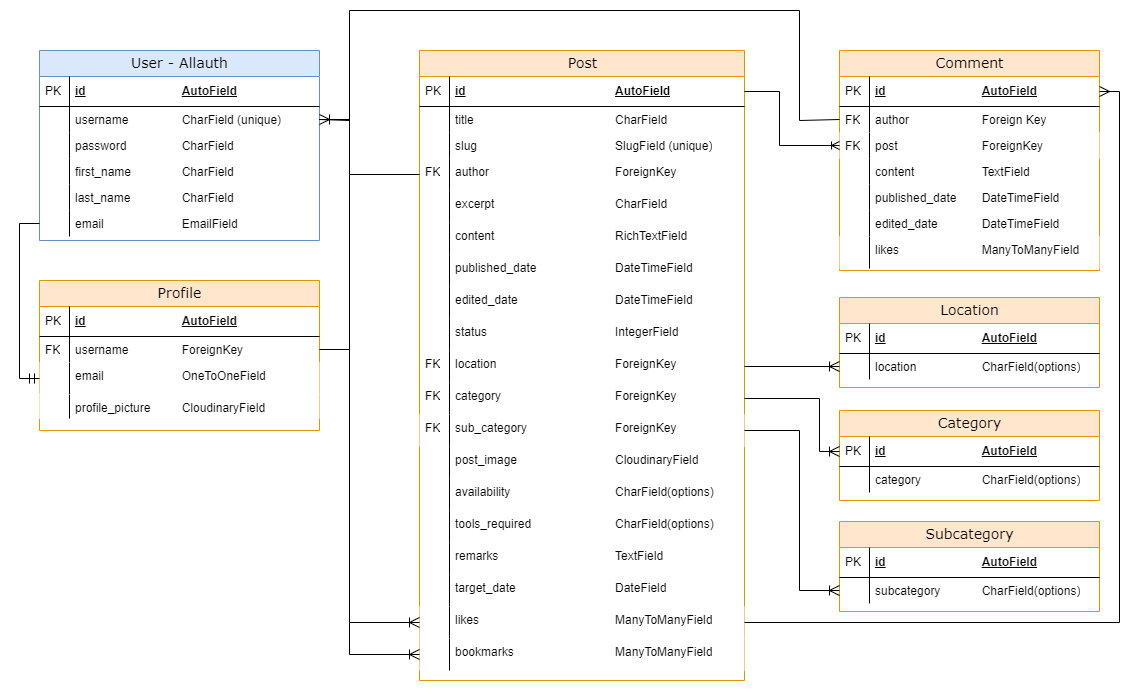
g-omarsdottir/helping-hands-happy-hearts keeps this draw.io diagram as documentation/erd.png. Above is the earlier version. Source tidied: cells renumbered, new cells last; positions are measured from the earlier drawing's top-left corner, leaving out a move shared by most shapes.
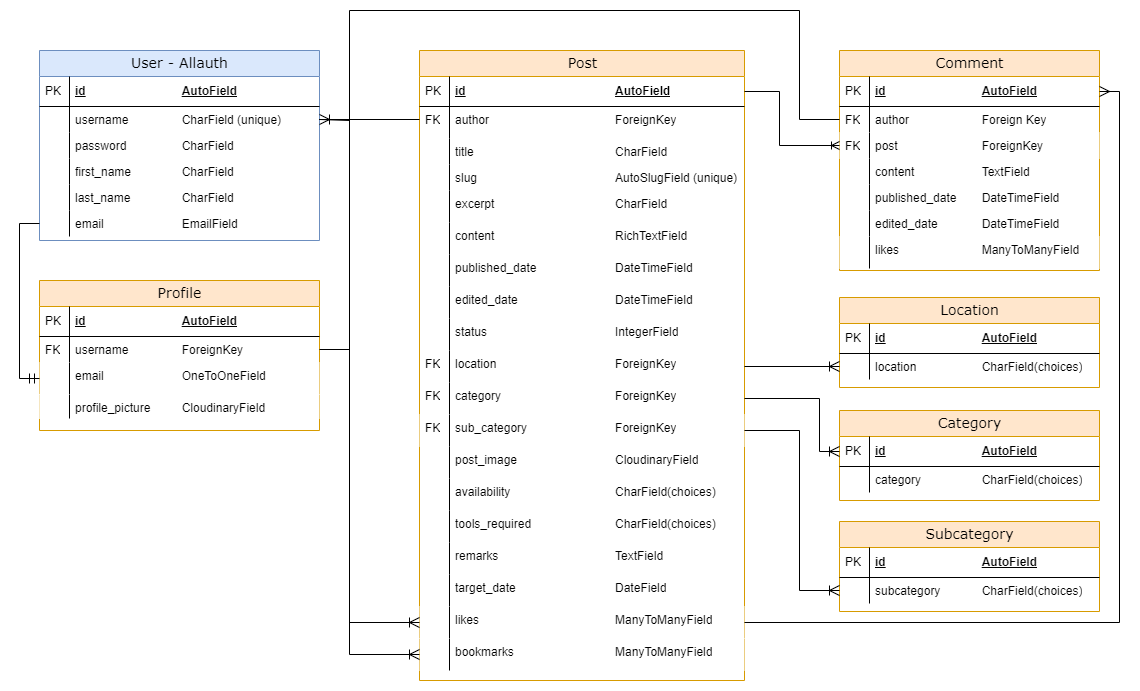
Above is the later version.

Commit message:
Add to credits in README, update ERD

The edit, as a diff of the source:
```diff
@@ -11,24 +11,24 @@
     <mxCell id="4" value="PK" style="shape=partialRectangle;top=0;left=0;bottom=0;html=1;fillColor=none;align=left;verticalAlign=middle;spacingLeft=4;spacingRight=4;whiteSpace=wrap;overflow=hidden;" parent="3" vertex="1">
       <mxGeometry width="30" height="30" as="geometry" />
     </mxCell>
+    <mxCell id="9" value="author&amp;nbsp;&lt;span style=&quot;white-space: pre;&quot;&gt;&#9;&lt;/span&gt;&lt;span style=&quot;white-space: pre;&quot;&gt;&#9;&lt;/span&gt;&lt;span style=&quot;white-space: pre;&quot;&gt;&#9;&lt;/span&gt;&lt;span style=&quot;white-space: pre;&quot;&gt;&#9;&lt;span style=&quot;white-space: pre;&quot;&gt;&#9;&lt;/span&gt;&lt;/span&gt;ForeignKey" style="shape=partialRectangle;top=0;left=0;right=0;bottom=0;html=1;align=left;verticalAlign=top;fillColor=none;spacingLeft=34;spacingRight=4;whiteSpace=wrap;overflow=hidden;points=[[0,0.5],[1,0.5]];portConstraint=eastwest;" parent="2" vertex="1">
+      <mxGeometry y="56" width="325" height="32" as="geometry" />
+    </mxCell>
+    <mxCell id="10" value="FK" style="shape=partialRectangle;top=0;left=0;bottom=0;html=1;fillColor=none;align=left;verticalAlign=top;spacingLeft=4;spacingRight=4;whiteSpace=wrap;overflow=hidden;" parent="9" vertex="1">
+      <mxGeometry width="30" height="32" as="geometry" />
+    </mxCell>
     <mxCell id="5" value="title&amp;nbsp; &lt;span style=&quot;white-space: pre;&quot;&gt;&#9;&lt;/span&gt;&lt;span style=&quot;white-space: pre;&quot;&gt;&#9;&lt;/span&gt;&lt;span style=&quot;white-space: pre;&quot;&gt;&#9;&lt;/span&gt;&lt;span style=&quot;white-space: pre;&quot;&gt;&#9;&lt;/span&gt;&lt;span style=&quot;white-space: pre;&quot;&gt;&#9;&lt;/span&gt;CharField" style="shape=partialRectangle;top=0;left=0;right=0;bottom=0;html=1;align=left;verticalAlign=top;fillColor=none;spacingLeft=34;spacingRight=4;whiteSpace=wrap;overflow=hidden;" parent="2" vertex="1">
-      <mxGeometry y="56" width="325" height="26" as="geometry" />
+      <mxGeometry y="88" width="325" height="26" as="geometry" />
     </mxCell>
     <mxCell id="6" style="shape=partialRectangle;top=0;left=0;bottom=0;html=1;fillColor=none;align=left;verticalAlign=top;spacingLeft=4;spacingRight=4;whiteSpace=wrap;overflow=hidden;" parent="5" vertex="1">
       <mxGeometry width="30" height="26" as="geometry" />
     </mxCell>
-    <mxCell id="7" value="slug&amp;nbsp;&lt;span style=&quot;white-space: pre;&quot;&gt;&#9;&lt;/span&gt;&lt;span style=&quot;white-space: pre;&quot;&gt;&#9;&lt;/span&gt;&lt;span style=&quot;white-space: pre;&quot;&gt;&#9;&lt;/span&gt;&lt;span style=&quot;white-space: pre;&quot;&gt;&#9;&lt;/span&gt;&lt;span style=&quot;white-space: pre;&quot;&gt;&#9;&lt;/span&gt;SlugField (unique)" style="shape=partialRectangle;top=0;left=0;right=0;bottom=0;html=1;align=left;verticalAlign=top;fillColor=none;spacingLeft=34;spacingRight=4;whiteSpace=wrap;overflow=hidden;" parent="2" vertex="1">
-      <mxGeometry y="82" width="325" height="26" as="geometry" />
+    <mxCell id="7" value="slug&amp;nbsp;&lt;span style=&quot;white-space: pre;&quot;&gt;&#9;&lt;/span&gt;&lt;span style=&quot;white-space: pre;&quot;&gt;&#9;&lt;/span&gt;&lt;span style=&quot;white-space: pre;&quot;&gt;&#9;&lt;/span&gt;&lt;span style=&quot;white-space: pre;&quot;&gt;&#9;&lt;/span&gt;&lt;span style=&quot;white-space: pre;&quot;&gt;&#9;&lt;/span&gt;AutoSlugField (unique)" style="shape=partialRectangle;top=0;left=0;right=0;bottom=0;html=1;align=left;verticalAlign=top;fillColor=none;spacingLeft=34;spacingRight=4;whiteSpace=wrap;overflow=hidden;" parent="2" vertex="1">
+      <mxGeometry y="114" width="325" height="26" as="geometry" />
     </mxCell>
     <mxCell id="8" style="shape=partialRectangle;top=0;left=0;bottom=0;html=1;fillColor=none;align=left;verticalAlign=top;spacingLeft=4;spacingRight=4;whiteSpace=wrap;overflow=hidden;" parent="7" vertex="1">
       <mxGeometry width="30" height="26" as="geometry" />
     </mxCell>
-    <mxCell id="9" value="author&amp;nbsp;&lt;span style=&quot;white-space: pre;&quot;&gt;&#9;&lt;/span&gt;&lt;span style=&quot;white-space: pre;&quot;&gt;&#9;&lt;/span&gt;&lt;span style=&quot;white-space: pre;&quot;&gt;&#9;&lt;/span&gt;&lt;span style=&quot;white-space: pre;&quot;&gt;&#9;&lt;span style=&quot;white-space: pre;&quot;&gt;&#9;&lt;/span&gt;&lt;/span&gt;ForeignKey" style="shape=partialRectangle;top=0;left=0;right=0;bottom=0;html=1;align=left;verticalAlign=top;fillColor=none;spacingLeft=34;spacingRight=4;whiteSpace=wrap;overflow=hidden;points=[[0,0.5],[1,0.5]];portConstraint=eastwest;" parent="2" vertex="1">
-      <mxGeometry y="108" width="325" height="32" as="geometry" />
-    </mxCell>
-    <mxCell id="10" value="FK" style="shape=partialRectangle;top=0;left=0;bottom=0;html=1;fillColor=none;align=left;verticalAlign=top;spacingLeft=4;spacingRight=4;whiteSpace=wrap;overflow=hidden;" parent="9" vertex="1">
-      <mxGeometry width="30" height="32" as="geometry" />
-    </mxCell>
     <mxCell id="11" value="excerpt&lt;span style=&quot;white-space: pre;&quot;&gt;&#9;&lt;/span&gt;&lt;span style=&quot;white-space: pre;&quot;&gt;&#9;&lt;/span&gt;&lt;span style=&quot;white-space: pre;&quot;&gt;&#9;&lt;/span&gt;&lt;span style=&quot;white-space: pre;&quot;&gt;&#9;&lt;/span&gt;&lt;span style=&quot;white-space: pre;&quot;&gt;&#9;&lt;/span&gt;CharField" style="shape=partialRectangle;top=0;left=0;right=0;bottom=0;html=1;align=left;verticalAlign=top;fillColor=none;spacingLeft=34;spacingRight=4;whiteSpace=wrap;overflow=hidden;" parent="2" vertex="1">
       <mxGeometry y="140" width="325" height="32" as="geometry" />
     </mxCell>
@@ -83,13 +83,13 @@
     <mxCell id="28" style="shape=partialRectangle;top=0;left=0;bottom=0;html=1;fillColor=none;align=left;verticalAlign=top;spacingLeft=4;spacingRight=4;whiteSpace=wrap;overflow=hidden;" parent="27" vertex="1">
       <mxGeometry width="30" height="32" as="geometry" />
     </mxCell>
-    <mxCell id="29" value="availability&lt;span style=&quot;white-space: pre;&quot;&gt;&#9;&lt;/span&gt;&lt;span style=&quot;white-space: pre;&quot;&gt;&#9;&lt;/span&gt;&lt;span style=&quot;white-space: pre;&quot;&gt;&#9;&lt;span style=&quot;white-space: pre;&quot;&gt;&#9;&lt;/span&gt;C&lt;/span&gt;harField(options)" style="shape=partialRectangle;top=0;left=0;right=0;bottom=0;html=1;align=left;verticalAlign=top;fillColor=none;spacingLeft=34;spacingRight=4;whiteSpace=wrap;overflow=hidden;" parent="2" vertex="1">
+    <mxCell id="29" value="availability&lt;span style=&quot;white-space: pre;&quot;&gt;&#9;&lt;/span&gt;&lt;span style=&quot;white-space: pre;&quot;&gt;&#9;&lt;/span&gt;&lt;span style=&quot;white-space: pre;&quot;&gt;&#9;&lt;span style=&quot;white-space: pre;&quot;&gt;&#9;&lt;/span&gt;C&lt;/span&gt;harField(choices)" style="shape=partialRectangle;top=0;left=0;right=0;bottom=0;html=1;align=left;verticalAlign=top;fillColor=none;spacingLeft=34;spacingRight=4;whiteSpace=wrap;overflow=hidden;" parent="2" vertex="1">
       <mxGeometry y="428" width="325" height="32" as="geometry" />
     </mxCell>
     <mxCell id="30" style="shape=partialRectangle;top=0;left=0;bottom=0;html=1;fillColor=none;align=left;verticalAlign=top;spacingLeft=4;spacingRight=4;whiteSpace=wrap;overflow=hidden;" parent="29" vertex="1">
       <mxGeometry width="30" height="32" as="geometry" />
     </mxCell>
-    <mxCell id="31" value="tools_required&amp;nbsp;&lt;span style=&quot;white-space: pre;&quot;&gt;&#9;&lt;/span&gt;&lt;span style=&quot;white-space: pre;&quot;&gt;&#9;&lt;/span&gt;&lt;span style=&quot;white-space: pre;&quot;&gt;&#9;&lt;/span&gt;CharField(options)" style="shape=partialRectangle;top=0;left=0;right=0;bottom=0;html=1;align=left;verticalAlign=top;fillColor=none;spacingLeft=34;spacingRight=4;whiteSpace=wrap;overflow=hidden;" parent="2" vertex="1">
+    <mxCell id="31" value="tools_required&amp;nbsp;&lt;span style=&quot;white-space: pre;&quot;&gt;&#9;&lt;/span&gt;&lt;span style=&quot;white-space: pre;&quot;&gt;&#9;&lt;/span&gt;&lt;span style=&quot;white-space: pre;&quot;&gt;&#9;&lt;/span&gt;CharField(choices)" style="shape=partialRectangle;top=0;left=0;right=0;bottom=0;html=1;align=left;verticalAlign=top;fillColor=none;spacingLeft=34;spacingRight=4;whiteSpace=wrap;overflow=hidden;" parent="2" vertex="1">
       <mxGeometry y="460" width="325" height="32" as="geometry" />
     </mxCell>
     <mxCell id="32" style="shape=partialRectangle;top=0;left=0;bottom=0;html=1;fillColor=none;align=left;verticalAlign=top;spacingLeft=4;spacingRight=4;whiteSpace=wrap;overflow=hidden;" parent="31" vertex="1">
@@ -246,11 +246,11 @@
         </Array>
       </mxGeometry>
     </mxCell>
-    <mxCell id="80" style="endArrow=none;html=1;rounded=0;fontSize=12;startSize=8;endSize=8;curved=0;entryX=0;entryY=0.5;entryDx=0;entryDy=0;exitX=1;exitY=0.5;exitDx=0;exitDy=0;" parent="1" edge="1" source="44" target="9">
+    <mxCell id="80" style="endArrow=none;html=1;rounded=0;fontSize=12;startSize=8;endSize=8;curved=0;exitX=1;exitY=0.5;exitDx=0;exitDy=0;" parent="1" edge="1" source="44">
       <mxGeometry relative="1" as="geometry">
+        <mxPoint x="400" y="109" as="targetPoint" />
         <Array as="points">
           <mxPoint x="330" y="109" />
-          <mxPoint x="330" y="164" />
         </Array>
       </mxGeometry>
     </mxCell>
@@ -260,7 +260,7 @@
           <mxPoint x="330" y="109" />
           <mxPoint x="330" />
           <mxPoint x="780" />
-          <mxPoint x="780" y="110" />
+          <mxPoint x="780" y="109" />
         </Array>
       </mxGeometry>
     </mxCell>
@@ -282,7 +282,7 @@
     <mxCell id="85" value="PK" style="shape=partialRectangle;top=0;left=0;bottom=0;html=1;fillColor=none;align=left;verticalAlign=middle;spacingLeft=4;spacingRight=4;whiteSpace=wrap;overflow=hidden;" parent="84" vertex="1">
       <mxGeometry width="30" height="30" as="geometry" />
     </mxCell>
-    <mxCell id="86" value="category&amp;nbsp;&lt;span style=&quot;white-space: pre;&quot;&gt;&#9;&lt;/span&gt;&lt;span style=&quot;white-space: pre;&quot;&gt;&#9;&lt;/span&gt;&lt;span style=&quot;white-space: pre;&quot;&gt;&#9;&lt;/span&gt;CharField(options)" style="shape=partialRectangle;top=0;left=0;right=0;bottom=0;html=1;align=left;verticalAlign=top;fillColor=none;spacingLeft=34;spacingRight=4;whiteSpace=wrap;overflow=hidden;" parent="83" vertex="1">
+    <mxCell id="86" value="category&amp;nbsp;&lt;span style=&quot;white-space: pre;&quot;&gt;&#9;&lt;/span&gt;&lt;span style=&quot;white-space: pre;&quot;&gt;&#9;&lt;/span&gt;&lt;span style=&quot;white-space: pre;&quot;&gt;&#9;&lt;/span&gt;CharField(choices)" style="shape=partialRectangle;top=0;left=0;right=0;bottom=0;html=1;align=left;verticalAlign=top;fillColor=none;spacingLeft=34;spacingRight=4;whiteSpace=wrap;overflow=hidden;" parent="83" vertex="1">
       <mxGeometry y="56" width="260" height="26" as="geometry" />
     </mxCell>
     <mxCell id="87" style="shape=partialRectangle;top=0;left=0;bottom=0;html=1;fillColor=none;align=left;verticalAlign=top;spacingLeft=4;spacingRight=4;whiteSpace=wrap;overflow=hidden;" parent="86" vertex="1">
@@ -297,7 +297,7 @@
     <mxCell id="90" value="PK" style="shape=partialRectangle;top=0;left=0;bottom=0;html=1;fillColor=none;align=left;verticalAlign=middle;spacingLeft=4;spacingRight=4;whiteSpace=wrap;overflow=hidden;" parent="89" vertex="1">
       <mxGeometry width="30" height="30" as="geometry" />
     </mxCell>
-    <mxCell id="91" value="location&lt;span style=&quot;white-space: pre;&quot;&gt;&#9;&lt;/span&gt;&lt;span style=&quot;white-space: pre;&quot;&gt;&#9;&lt;/span&gt;&lt;span style=&quot;white-space: pre;&quot;&gt;&#9;&lt;/span&gt;CharField(options)" style="shape=partialRectangle;top=0;left=0;right=0;bottom=0;html=1;align=left;verticalAlign=top;fillColor=none;spacingLeft=34;spacingRight=4;whiteSpace=wrap;overflow=hidden;points=[[0,0.5],[1,0.5]];portConstraint=eastwest;" parent="88" vertex="1">
+    <mxCell id="91" value="location&lt;span style=&quot;white-space: pre;&quot;&gt;&#9;&lt;/span&gt;&lt;span style=&quot;white-space: pre;&quot;&gt;&#9;&lt;/span&gt;&lt;span style=&quot;white-space: pre;&quot;&gt;&#9;&lt;/span&gt;CharField(choices)" style="shape=partialRectangle;top=0;left=0;right=0;bottom=0;html=1;align=left;verticalAlign=top;fillColor=none;spacingLeft=34;spacingRight=4;whiteSpace=wrap;overflow=hidden;points=[[0,0.5],[1,0.5]];portConstraint=eastwest;" parent="88" vertex="1">
       <mxGeometry y="56" width="260" height="26" as="geometry" />
     </mxCell>
     <mxCell id="92" style="shape=partialRectangle;top=0;left=0;bottom=0;html=1;fillColor=none;align=left;verticalAlign=top;spacingLeft=4;spacingRight=4;whiteSpace=wrap;overflow=hidden;" parent="91" vertex="1">
@@ -312,7 +312,7 @@
     <mxCell id="95" value="PK" style="shape=partialRectangle;top=0;left=0;bottom=0;html=1;fillColor=none;align=left;verticalAlign=middle;spacingLeft=4;spacingRight=4;whiteSpace=wrap;overflow=hidden;" parent="94" vertex="1">
       <mxGeometry width="30" height="30" as="geometry" />
     </mxCell>
-    <mxCell id="96" value="subcategory&lt;span style=&quot;white-space: pre;&quot;&gt;&#9;&lt;/span&gt;&lt;span style=&quot;white-space: pre;&quot;&gt;&#9;&lt;/span&gt;CharField(options)" style="shape=partialRectangle;top=0;left=0;right=0;bottom=0;html=1;align=left;verticalAlign=top;fillColor=none;spacingLeft=34;spacingRight=4;whiteSpace=wrap;overflow=hidden;points=[[0,0.5],[1,0.5]];portConstraint=eastwest;" parent="93" vertex="1">
+    <mxCell id="96" value="subcategory&lt;span style=&quot;white-space: pre;&quot;&gt;&#9;&lt;/span&gt;&lt;span style=&quot;white-space: pre;&quot;&gt;&#9;&lt;/span&gt;CharField(choices)" style="shape=partialRectangle;top=0;left=0;right=0;bottom=0;html=1;align=left;verticalAlign=top;fillColor=none;spacingLeft=34;spacingRight=4;whiteSpace=wrap;overflow=hidden;points=[[0,0.5],[1,0.5]];portConstraint=eastwest;" parent="93" vertex="1">
       <mxGeometry y="56" width="260" height="26" as="geometry" />
     </mxCell>
     <mxCell id="97" style="shape=partialRectangle;top=0;left=0;bottom=0;html=1;fillColor=none;align=left;verticalAlign=top;spacingLeft=4;spacingRight=4;whiteSpace=wrap;overflow=hidden;" parent="96" vertex="1">
```
